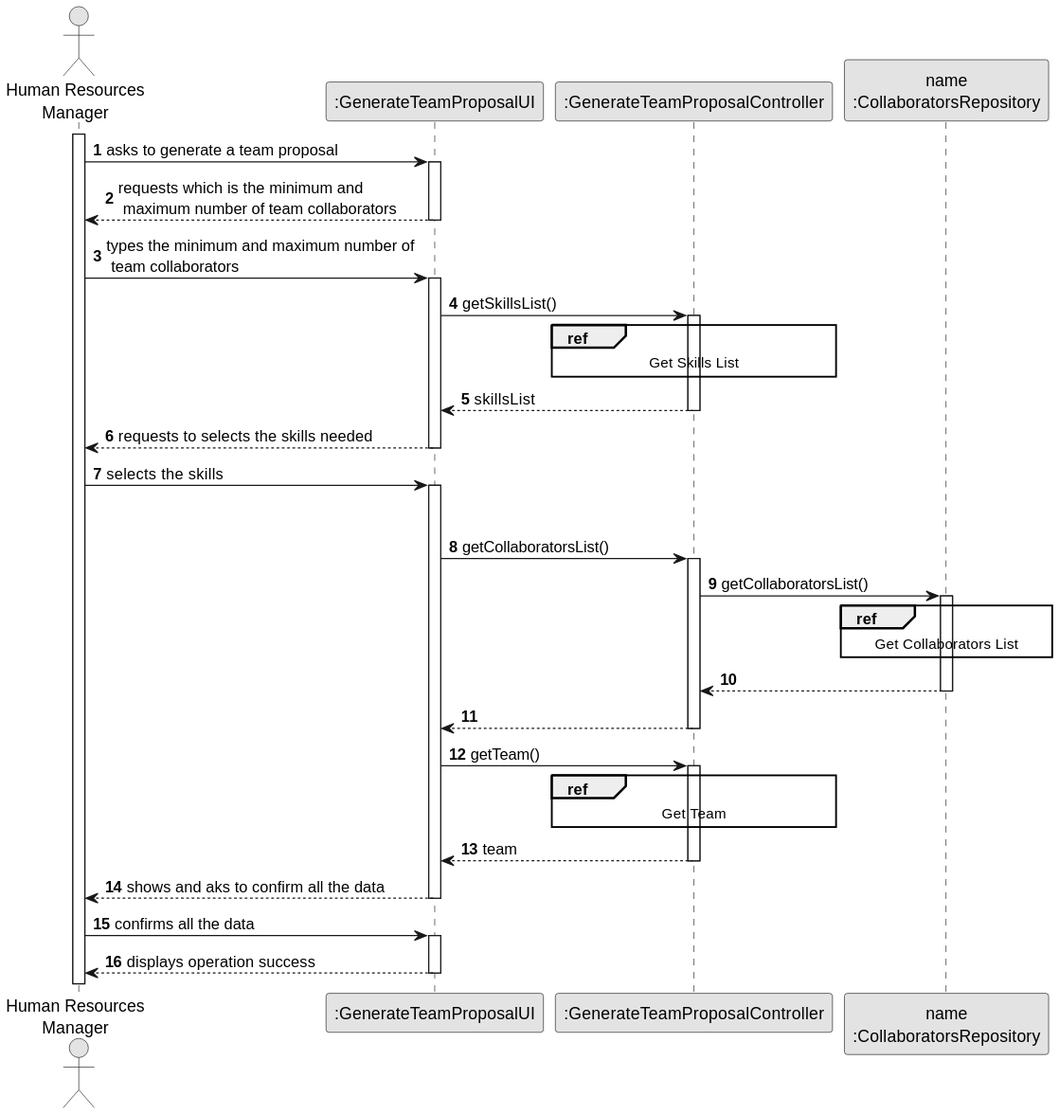
Earlier version of the PlantUML export docs/sprint2/us005/03.design/svg/us005-sequence-diagram-split.svg (1231360-ISEP/lei-24-s2-1db-g021). Its diagram source:
```plantuml
@startuml
skinparam monochrome true
skinparam packageStyle rectangle
skinparam shadowing false

actor "Human Resources\nManager" as HRM
participant ":GenerateTeamProposalUI" as UI
participant ":GenerateTeamProposalController" as CTRL
participant "name\n:CollaboratorsRepository" as CollaboratorsRepository

autonumber 1

activate HRM

HRM -> UI : asks to generate a team proposal
    activate UI

UI --> HRM : requests which is the minimum and\n maximum number of team collaborators
deactivate UI


HRM -> UI : types the minimum and maximum number of\n team collaborators
    activate UI

UI -> CTRL: getSkillsList()

activate CTRL

    ref over CTRL
        Get Skills List
    end ref

CTRL --> UI : skillsList
deactivate CTRL

UI --> HRM : requests to selects the skills needed
deactivate UI

    HRM -> UI : selects the skills
activate UI

deactivate CTRL

UI -> CTRL: getCollaboratorsList()

activate CTRL

    CTRL -> CollaboratorsRepository : getCollaboratorsList()
activate CollaboratorsRepository

    ref over CollaboratorsRepository
        Get Collaborators List
    end ref

CollaboratorsRepository --> CTRL
deactivate CollaboratorsRepository

CTRL --> UI
deactivate CTRL

    UI -> CTRL: getTeam()
activate CTRL

    ref over CTRL
        Get Team
    end ref

CTRL --> UI : team
deactivate CTRL

UI --> HRM : shows and aks to confirm all the data
deactivate UI

HRM -> UI : confirms all the data
activate UI

UI --> HRM : displays operation success
deactivate UI
@enduml
```
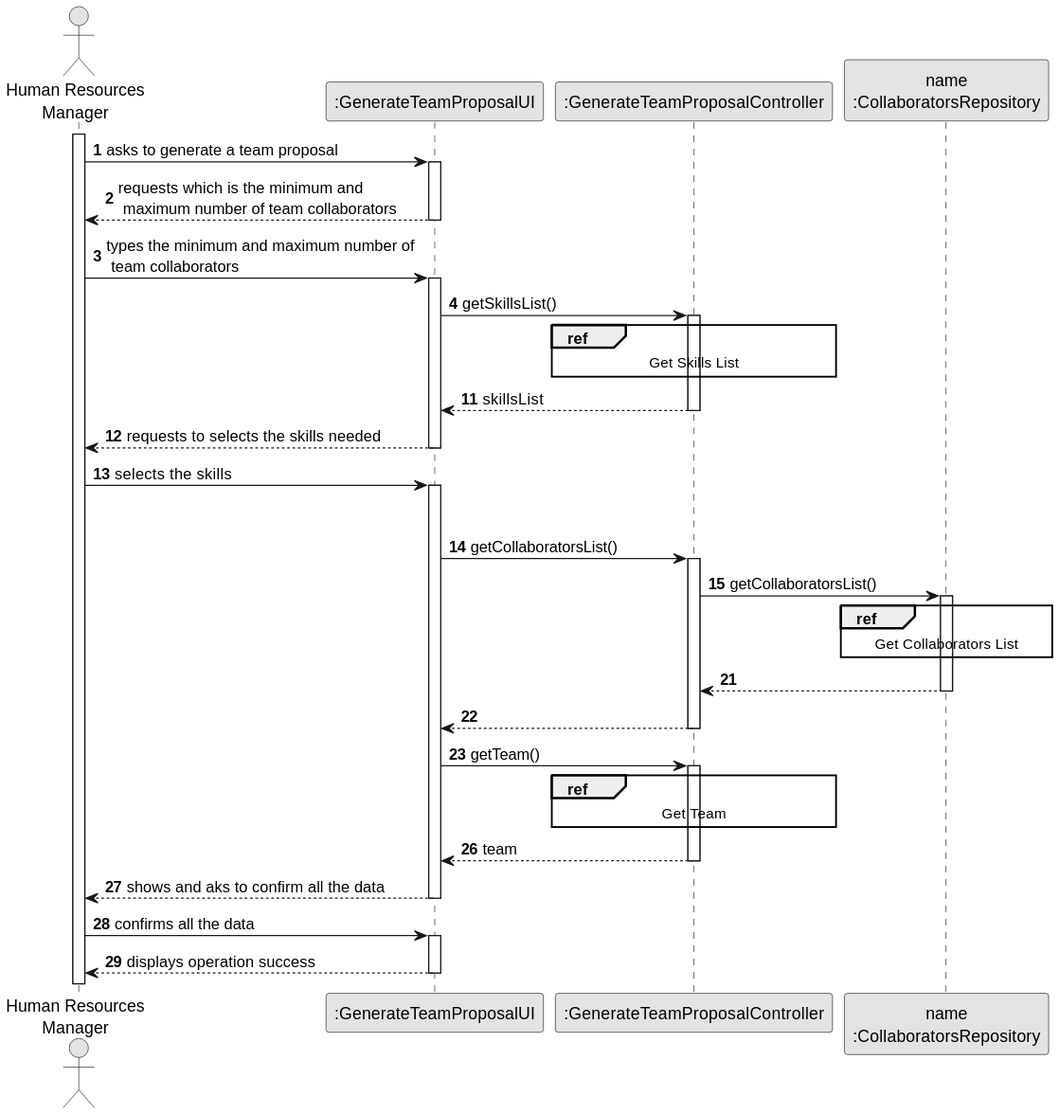
Above is the later version.

Commit message:
Update US05 - Sequence Diagram split and partial skills list and SVG´s

Change to the diagram source:
```diff
@@ -30,6 +30,8 @@
         Get Skills List
     end ref
 
+autonumber 11
+
 CTRL --> UI : skillsList
 deactivate CTRL
 
@@ -52,6 +54,8 @@
         Get Collaborators List
     end ref
 
+autonumber 21
+
 CollaboratorsRepository --> CTRL
 deactivate CollaboratorsRepository
 
@@ -65,6 +69,8 @@
         Get Team
     end ref
 
+autonumber 26
+
 CTRL --> UI : team
 deactivate CTRL
 
```
